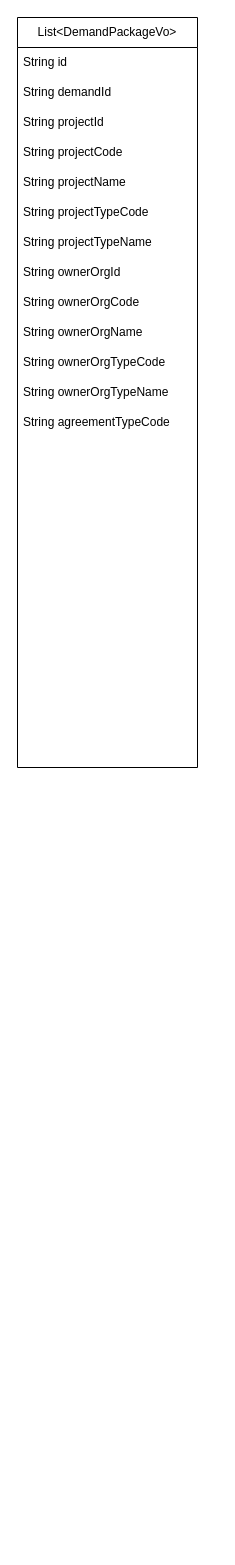
The draw.io diagram data_detail.drawio in dernight1/draw.io, before the edit. Source tidied: cells renumbered, new cells numbered last; positions are measured from the earlier drawing's top-left corner, leaving out a move shared by most shapes. Both pictures are drawn from the tidied source at 100%, with x=0, y=0 at pixel (17, 17).
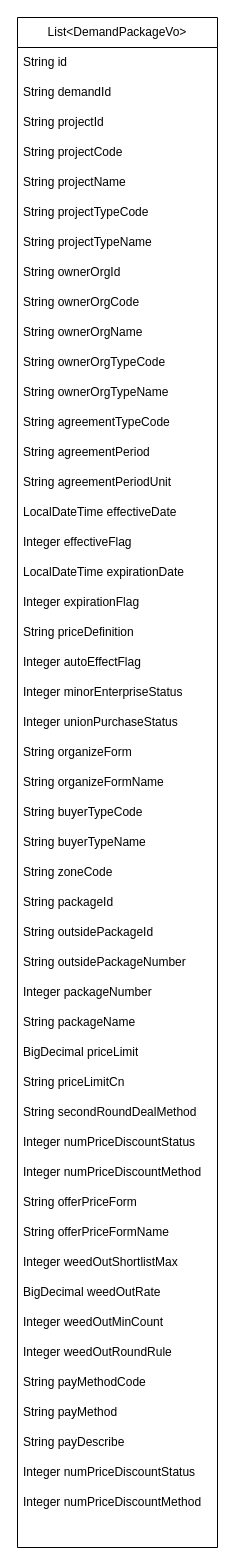
The same diagram, later.

The edit, as a diff of the source:
```diff
@@
     <mxCell id="2" value="List&amp;lt;DemandPackageVo&amp;gt;" style="swimlane;fontStyle=0;horizontal=1;startSize=30;whiteSpace=wrap;html=1;" parent="1" vertex="1">
-      <mxGeometry width="180" height="750" as="geometry" />
+      <mxGeometry width="200" height="1530" as="geometry" />
     </mxCell>
-    <mxCell id="3" value="String id" style="text;strokeColor=none;fillColor=none;align=left;verticalAlign=middle;spacingLeft=4;spacingRight=4;overflow=hidden;whiteSpace=wrap;html=1;" parent="2" vertex="1">
-      <mxGeometry y="30" width="180" height="30" as="geometry" />
+    <mxCell id="3" value="String id" style="text;strokeColor=none;fillColor=none;align=left;verticalAlign=middle;spacingLeft=4;spacingRight=4;overflow=hidden;whiteSpace=wrap;html=1;labelBackgroundColor=default;fontFamily=Helvetica;" parent="2" vertex="1">
+      <mxGeometry y="30" width="200" height="30" as="geometry" />
     </mxCell>
-    <mxCell id="4" value="String demandId" style="text;strokeColor=none;fillColor=none;align=left;verticalAlign=middle;spacingLeft=4;spacingRight=4;overflow=hidden;whiteSpace=wrap;html=1;" parent="2" vertex="1">
-      <mxGeometry y="60" width="180" height="30" as="geometry" />
+    <mxCell id="4" value="String demandId" style="text;strokeColor=none;fillColor=none;align=left;verticalAlign=middle;spacingLeft=4;spacingRight=4;overflow=hidden;whiteSpace=wrap;html=1;labelBackgroundColor=default;textShadow=0;" parent="2" vertex="1">
+      <mxGeometry y="60" width="200" height="30" as="geometry" />
     </mxCell>
-    <mxCell id="5" value="String projectId" style="text;strokeColor=none;fillColor=none;align=left;verticalAlign=middle;spacingLeft=4;spacingRight=4;overflow=hidden;whiteSpace=wrap;html=1;" parent="2" vertex="1">
-      <mxGeometry y="90" width="180" height="30" as="geometry" />
+    <mxCell id="5" value="String projectId" style="text;strokeColor=none;fillColor=none;align=left;verticalAlign=middle;spacingLeft=4;spacingRight=4;overflow=hidden;whiteSpace=wrap;html=1;labelBackgroundColor=default;" parent="2" vertex="1">
+      <mxGeometry y="90" width="200" height="30" as="geometry" />
     </mxCell>
-    <mxCell id="6" value="String projectCode" style="text;strokeColor=none;fillColor=none;align=left;verticalAlign=middle;spacingLeft=4;spacingRight=4;overflow=hidden;whiteSpace=wrap;html=1;" parent="2" vertex="1">
-      <mxGeometry y="120" width="180" height="30" as="geometry" />
+    <mxCell id="6" value="String projectCode" style="text;strokeColor=none;fillColor=none;align=left;verticalAlign=middle;spacingLeft=4;spacingRight=4;overflow=hidden;whiteSpace=wrap;html=1;labelBackgroundColor=default;" parent="2" vertex="1">
+      <mxGeometry y="120" width="200" height="30" as="geometry" />
     </mxCell>
-    <mxCell id="7" value="String projectName" style="text;strokeColor=none;fillColor=none;align=left;verticalAlign=middle;spacingLeft=4;spacingRight=4;overflow=hidden;whiteSpace=wrap;html=1;" parent="2" vertex="1">
-      <mxGeometry y="150" width="180" height="30" as="geometry" />
+    <mxCell id="7" value="String projectName" style="text;strokeColor=none;fillColor=none;align=left;verticalAlign=middle;spacingLeft=4;spacingRight=4;overflow=hidden;whiteSpace=wrap;html=1;labelBackgroundColor=default;" parent="2" vertex="1">
+      <mxGeometry y="150" width="200" height="30" as="geometry" />
     </mxCell>
-    <mxCell id="8" value="String projectTypeCode" style="text;strokeColor=none;fillColor=none;align=left;verticalAlign=middle;spacingLeft=4;spacingRight=4;overflow=hidden;whiteSpace=wrap;html=1;" parent="2" vertex="1">
-      <mxGeometry y="180" width="180" height="30" as="geometry" />
+    <mxCell id="8" value="String projectTypeCode" style="text;strokeColor=none;fillColor=none;align=left;verticalAlign=middle;spacingLeft=4;spacingRight=4;overflow=hidden;whiteSpace=wrap;html=1;labelBackgroundColor=default;" parent="2" vertex="1">
+      <mxGeometry y="180" width="200" height="30" as="geometry" />
     </mxCell>
-    <mxCell id="9" value="String projectTypeName" style="text;strokeColor=none;fillColor=none;align=left;verticalAlign=middle;spacingLeft=4;spacingRight=4;overflow=hidden;whiteSpace=wrap;html=1;" parent="2" vertex="1">
-      <mxGeometry y="210" width="180" height="30" as="geometry" />
+    <mxCell id="9" value="String projectTypeName" style="text;strokeColor=none;fillColor=none;align=left;verticalAlign=middle;spacingLeft=4;spacingRight=4;overflow=hidden;whiteSpace=wrap;html=1;labelBackgroundColor=default;" parent="2" vertex="1">
+      <mxGeometry y="210" width="200" height="30" as="geometry" />
     </mxCell>
-    <mxCell id="10" value="String ownerOrgId" style="text;strokeColor=none;fillColor=none;align=left;verticalAlign=middle;spacingLeft=4;spacingRight=4;overflow=hidden;whiteSpace=wrap;html=1;" parent="2" vertex="1">
-      <mxGeometry y="240" width="180" height="30" as="geometry" />
+    <mxCell id="10" value="String ownerOrgId" style="text;strokeColor=none;fillColor=none;align=left;verticalAlign=middle;spacingLeft=4;spacingRight=4;overflow=hidden;whiteSpace=wrap;html=1;labelBackgroundColor=default;" parent="2" vertex="1">
+      <mxGeometry y="240" width="200" height="30" as="geometry" />
     </mxCell>
-    <mxCell id="11" value="String ownerOrgCode" style="text;strokeColor=none;fillColor=none;align=left;verticalAlign=middle;spacingLeft=4;spacingRight=4;overflow=hidden;whiteSpace=wrap;html=1;" parent="2" vertex="1">
-      <mxGeometry y="270" width="180" height="30" as="geometry" />
+    <mxCell id="11" value="String ownerOrgCode" style="text;strokeColor=none;fillColor=none;align=left;verticalAlign=middle;spacingLeft=4;spacingRight=4;overflow=hidden;whiteSpace=wrap;html=1;labelBackgroundColor=default;" parent="2" vertex="1">
+      <mxGeometry y="270" width="200" height="30" as="geometry" />
     </mxCell>
-    <mxCell id="12" value="String ownerOrgName" style="text;strokeColor=none;fillColor=none;align=left;verticalAlign=middle;spacingLeft=4;spacingRight=4;overflow=hidden;whiteSpace=wrap;html=1;" parent="2" vertex="1">
-      <mxGeometry y="300" width="180" height="30" as="geometry" />
+    <mxCell id="12" value="String ownerOrgName" style="text;strokeColor=none;fillColor=none;align=left;verticalAlign=middle;spacingLeft=4;spacingRight=4;overflow=hidden;whiteSpace=wrap;html=1;labelBackgroundColor=default;" parent="2" vertex="1">
+      <mxGeometry y="300" width="200" height="30" as="geometry" />
     </mxCell>
-    <mxCell id="13" value="String ownerOrgTypeCode" style="text;strokeColor=none;fillColor=none;align=left;verticalAlign=middle;spacingLeft=4;spacingRight=4;overflow=hidden;whiteSpace=wrap;html=1;" parent="2" vertex="1">
-      <mxGeometry y="330" width="180" height="30" as="geometry" />
+    <mxCell id="13" value="String ownerOrgTypeCode" style="text;strokeColor=none;fillColor=none;align=left;verticalAlign=middle;spacingLeft=4;spacingRight=4;overflow=hidden;whiteSpace=wrap;html=1;labelBackgroundColor=default;" parent="2" vertex="1">
+      <mxGeometry y="330" width="200" height="30" as="geometry" />
     </mxCell>
-    <mxCell id="14" value="String ownerOrgTypeName" style="text;strokeColor=none;fillColor=none;align=left;verticalAlign=middle;spacingLeft=4;spacingRight=4;overflow=hidden;whiteSpace=wrap;html=1;" parent="2" vertex="1">
-      <mxGeometry y="360" width="180" height="30" as="geometry" />
+    <mxCell id="14" value="String ownerOrgTypeName" style="text;strokeColor=none;fillColor=none;align=left;verticalAlign=middle;spacingLeft=4;spacingRight=4;overflow=hidden;whiteSpace=wrap;html=1;labelBackgroundColor=default;" parent="2" vertex="1">
+      <mxGeometry y="360" width="200" height="30" as="geometry" />
     </mxCell>
-    <mxCell id="15" value="String agreementTypeCode" style="text;strokeColor=none;fillColor=none;align=left;verticalAlign=middle;spacingLeft=4;spacingRight=4;overflow=hidden;whiteSpace=wrap;html=1;" parent="2" vertex="1">
-      <mxGeometry y="390" width="180" height="30" as="geometry" />
+    <mxCell id="15" value="String agreementTypeCode" style="text;strokeColor=none;fillColor=none;align=left;verticalAlign=middle;spacingLeft=4;spacingRight=4;overflow=hidden;whiteSpace=wrap;html=1;labelBackgroundColor=default;" parent="2" vertex="1">
+      <mxGeometry y="390" width="200" height="30" as="geometry" />
     </mxCell>
-    <mxCell id="16" style="text;strokeColor=none;fillColor=none;align=left;verticalAlign=middle;spacingLeft=4;spacingRight=4;overflow=hidden;whiteSpace=wrap;html=1;" parent="2" vertex="1">
-      <mxGeometry y="420" width="180" height="30" as="geometry" />
+    <mxCell id="16" value="String agreementPeriod" style="text;strokeColor=none;fillColor=none;align=left;verticalAlign=middle;spacingLeft=4;spacingRight=4;overflow=hidden;whiteSpace=wrap;html=1;labelBackgroundColor=default;" parent="2" vertex="1">
+      <mxGeometry y="420" width="200" height="30" as="geometry" />
     </mxCell>
-    <mxCell id="17" style="text;strokeColor=none;fillColor=none;align=left;verticalAlign=middle;spacingLeft=4;spacingRight=4;overflow=hidden;whiteSpace=wrap;html=1;" parent="2" vertex="1">
-      <mxGeometry y="450" width="180" height="30" as="geometry" />
+    <mxCell id="17" value="String agreementPeriodUnit" style="text;strokeColor=none;fillColor=none;align=left;verticalAlign=middle;spacingLeft=4;spacingRight=4;overflow=hidden;whiteSpace=wrap;html=1;labelBackgroundColor=default;" parent="2" vertex="1">
+      <mxGeometry y="450" width="200" height="30" as="geometry" />
     </mxCell>
-    <mxCell id="18" style="text;strokeColor=none;fillColor=none;align=left;verticalAlign=middle;spacingLeft=4;spacingRight=4;overflow=hidden;whiteSpace=wrap;html=1;" parent="2" vertex="1">
-      <mxGeometry y="480" width="180" height="30" as="geometry" />
+    <mxCell id="18" value="LocalDateTime effectiveDate" style="text;strokeColor=none;fillColor=none;align=left;verticalAlign=middle;spacingLeft=4;spacingRight=4;overflow=hidden;whiteSpace=wrap;html=1;labelBackgroundColor=default;" parent="2" vertex="1">
+      <mxGeometry y="480" width="200" height="30" as="geometry" />
     </mxCell>
-    <mxCell id="19" style="text;strokeColor=none;fillColor=none;align=left;verticalAlign=middle;spacingLeft=4;spacingRight=4;overflow=hidden;whiteSpace=wrap;html=1;" parent="2" vertex="1">
-      <mxGeometry y="510" width="180" height="30" as="geometry" />
+    <mxCell id="19" value="Integer effectiveFlag" style="text;strokeColor=none;fillColor=none;align=left;verticalAlign=middle;spacingLeft=4;spacingRight=4;overflow=hidden;whiteSpace=wrap;html=1;labelBackgroundColor=default;" parent="2" vertex="1">
+      <mxGeometry y="510" width="200" height="30" as="geometry" />
     </mxCell>
-    <mxCell id="20" style="text;strokeColor=none;fillColor=none;align=left;verticalAlign=middle;spacingLeft=4;spacingRight=4;overflow=hidden;whiteSpace=wrap;html=1;" parent="2" vertex="1">
-      <mxGeometry y="540" width="180" height="30" as="geometry" />
+    <mxCell id="20" value="LocalDateTime expirationDate" style="text;strokeColor=none;fillColor=none;align=left;verticalAlign=middle;spacingLeft=4;spacingRight=4;overflow=hidden;whiteSpace=wrap;html=1;labelBackgroundColor=default;" parent="2" vertex="1">
+      <mxGeometry y="540" width="200" height="30" as="geometry" />
     </mxCell>
-    <mxCell id="21" style="text;strokeColor=none;fillColor=none;align=left;verticalAlign=middle;spacingLeft=4;spacingRight=4;overflow=hidden;whiteSpace=wrap;html=1;" parent="2" vertex="1">
-      <mxGeometry y="570" width="180" height="30" as="geometry" />
+    <mxCell id="21" value="Integer expirationFlag" style="text;strokeColor=none;fillColor=none;align=left;verticalAlign=middle;spacingLeft=4;spacingRight=4;overflow=hidden;whiteSpace=wrap;html=1;labelBackgroundColor=default;" parent="2" vertex="1">
+      <mxGeometry y="570" width="200" height="30" as="geometry" />
     </mxCell>
-    <mxCell id="22" style="text;strokeColor=none;fillColor=none;align=left;verticalAlign=middle;spacingLeft=4;spacingRight=4;overflow=hidden;whiteSpace=wrap;html=1;" parent="2" vertex="1">
-      <mxGeometry y="600" width="180" height="30" as="geometry" />
-    </mxCell>
-    <mxCell id="23" style="text;strokeColor=none;fillColor=none;align=left;verticalAlign=middle;spacingLeft=4;spacingRight=4;overflow=hidden;whiteSpace=wrap;html=1;" parent="2" vertex="1">
-      <mxGeometry y="630" width="180" height="30" as="geometry" />
+    <mxCell id="23" value="String priceDefinition" style="text;strokeColor=none;fillColor=none;align=left;verticalAlign=middle;spacingLeft=4;spacingRight=4;overflow=hidden;whiteSpace=wrap;html=1;labelBackgroundColor=default;" parent="2" vertex="1">
+      <mxGeometry y="600" width="200" height="30" as="geometry" />
     </mxCell>
-    <mxCell id="24" style="text;strokeColor=none;fillColor=none;align=left;verticalAlign=middle;spacingLeft=4;spacingRight=4;overflow=hidden;whiteSpace=wrap;html=1;" parent="2" vertex="1">
-      <mxGeometry y="660" width="180" height="30" as="geometry" />
+    <mxCell id="24" value="Integer autoEffectFlag" style="text;strokeColor=none;fillColor=none;align=left;verticalAlign=middle;spacingLeft=4;spacingRight=4;overflow=hidden;whiteSpace=wrap;html=1;labelBackgroundColor=default;" parent="2" vertex="1">
+      <mxGeometry y="630" width="200" height="30" as="geometry" />
     </mxCell>
-    <mxCell id="25" style="text;strokeColor=none;fillColor=none;align=left;verticalAlign=middle;spacingLeft=4;spacingRight=4;overflow=hidden;whiteSpace=wrap;html=1;" parent="2" vertex="1">
-      <mxGeometry y="690" width="180" height="30" as="geometry" />
+    <mxCell id="25" value="Integer minorEnterpriseStatus" style="text;strokeColor=none;fillColor=none;align=left;verticalAlign=middle;spacingLeft=4;spacingRight=4;overflow=hidden;whiteSpace=wrap;html=1;labelBackgroundColor=default;" parent="2" vertex="1">
+      <mxGeometry y="660" width="200" height="30" as="geometry" />
     </mxCell>
-    <mxCell id="26" style="text;strokeColor=none;fillColor=none;align=left;verticalAlign=middle;spacingLeft=4;spacingRight=4;overflow=hidden;whiteSpace=wrap;html=1;" parent="2" vertex="1">
-      <mxGeometry y="720" width="180" height="30" as="geometry" />
+    <mxCell id="26" value="Integer unionPurchaseStatus" style="text;strokeColor=none;fillColor=none;align=left;verticalAlign=middle;spacingLeft=4;spacingRight=4;overflow=hidden;whiteSpace=wrap;html=1;labelBackgroundColor=default;" parent="2" vertex="1">
+      <mxGeometry y="690" width="200" height="30" as="geometry" />
     </mxCell>
+    <mxCell id="27" value="String organizeForm" style="text;strokeColor=none;fillColor=none;align=left;verticalAlign=middle;spacingLeft=4;spacingRight=4;overflow=hidden;whiteSpace=wrap;html=1;" parent="2" vertex="1">
+      <mxGeometry y="720" width="200" height="30" as="geometry" />
+    </mxCell>
+    <mxCell id="28" value="String organizeFormName" style="text;strokeColor=none;fillColor=none;align=left;verticalAlign=middle;spacingLeft=4;spacingRight=4;overflow=hidden;whiteSpace=wrap;html=1;" parent="2" vertex="1">
+      <mxGeometry y="750" width="200" height="30" as="geometry" />
+    </mxCell>
+    <mxCell id="29" value="String buyerTypeCode" style="text;strokeColor=none;fillColor=none;align=left;verticalAlign=middle;spacingLeft=4;spacingRight=4;overflow=hidden;whiteSpace=wrap;html=1;labelBackgroundColor=default;" parent="2" vertex="1">
+      <mxGeometry y="780" width="200" height="30" as="geometry" />
+    </mxCell>
+    <mxCell id="30" value="String buyerTypeName" style="text;strokeColor=none;fillColor=none;align=left;verticalAlign=middle;spacingLeft=4;spacingRight=4;overflow=hidden;whiteSpace=wrap;html=1;labelBackgroundColor=default;" parent="2" vertex="1">
+      <mxGeometry y="810" width="200" height="30" as="geometry" />
+    </mxCell>
+    <mxCell id="31" value="String zoneCode" style="text;strokeColor=none;fillColor=none;align=left;verticalAlign=middle;spacingLeft=4;spacingRight=4;overflow=hidden;whiteSpace=wrap;html=1;labelBackgroundColor=default;" parent="2" vertex="1">
+      <mxGeometry y="840" width="200" height="30" as="geometry" />
+    </mxCell>
+    <mxCell id="32" value="String packageId" style="text;strokeColor=none;fillColor=none;align=left;verticalAlign=middle;spacingLeft=4;spacingRight=4;overflow=hidden;whiteSpace=wrap;html=1;" parent="2" vertex="1">
+      <mxGeometry y="870" width="200" height="30" as="geometry" />
+    </mxCell>
+    <mxCell id="33" value="String outsidePackageId" style="text;strokeColor=none;fillColor=none;align=left;verticalAlign=middle;spacingLeft=4;spacingRight=4;overflow=hidden;whiteSpace=wrap;html=1;" parent="2" vertex="1">
+      <mxGeometry y="900" width="200" height="30" as="geometry" />
+    </mxCell>
+    <mxCell id="34" value="String outsidePackageNumber" style="text;strokeColor=none;fillColor=none;align=left;verticalAlign=middle;spacingLeft=4;spacingRight=4;overflow=hidden;whiteSpace=wrap;html=1;" parent="2" vertex="1">
+      <mxGeometry y="930" width="200" height="30" as="geometry" />
+    </mxCell>
+    <mxCell id="35" value="Integer packageNumber" style="text;strokeColor=none;fillColor=none;align=left;verticalAlign=middle;spacingLeft=4;spacingRight=4;overflow=hidden;whiteSpace=wrap;html=1;" parent="2" vertex="1">
+      <mxGeometry y="960" width="200" height="30" as="geometry" />
+    </mxCell>
+    <mxCell id="36" value="String packageName" style="text;strokeColor=none;fillColor=none;align=left;verticalAlign=middle;spacingLeft=4;spacingRight=4;overflow=hidden;whiteSpace=wrap;html=1;" parent="2" vertex="1">
+      <mxGeometry y="990" width="200" height="30" as="geometry" />
+    </mxCell>
+    <mxCell id="37" value="BigDecimal priceLimit" style="text;strokeColor=none;fillColor=none;align=left;verticalAlign=middle;spacingLeft=4;spacingRight=4;overflow=hidden;whiteSpace=wrap;html=1;" parent="2" vertex="1">
+      <mxGeometry y="1020" width="200" height="30" as="geometry" />
+    </mxCell>
+    <mxCell id="38" value="String priceLimitCn" style="text;strokeColor=none;fillColor=none;align=left;verticalAlign=middle;spacingLeft=4;spacingRight=4;overflow=hidden;whiteSpace=wrap;html=1;" parent="2" vertex="1">
+      <mxGeometry y="1050" width="200" height="30" as="geometry" />
+    </mxCell>
+    <mxCell id="39" value="String secondRoundDealMethod" style="text;strokeColor=none;fillColor=none;align=left;verticalAlign=middle;spacingLeft=4;spacingRight=4;overflow=hidden;whiteSpace=wrap;html=1;" parent="2" vertex="1">
+      <mxGeometry y="1080" width="200" height="30" as="geometry" />
+    </mxCell>
+    <mxCell id="40" value="Integer numPriceDiscountStatus" style="text;strokeColor=none;fillColor=none;align=left;verticalAlign=middle;spacingLeft=4;spacingRight=4;overflow=hidden;whiteSpace=wrap;html=1;" parent="2" vertex="1">
+      <mxGeometry y="1110" width="200" height="30" as="geometry" />
+    </mxCell>
+    <mxCell id="41" value="Integer numPriceDiscountMethod" style="text;strokeColor=none;fillColor=none;align=left;verticalAlign=middle;spacingLeft=4;spacingRight=4;overflow=hidden;whiteSpace=wrap;html=1;" parent="2" vertex="1">
+      <mxGeometry y="1140" width="200" height="30" as="geometry" />
+    </mxCell>
+    <mxCell id="42" value="String offerPriceForm" style="text;strokeColor=none;fillColor=none;align=left;verticalAlign=middle;spacingLeft=4;spacingRight=4;overflow=hidden;whiteSpace=wrap;html=1;" parent="2" vertex="1">
+      <mxGeometry y="1170" width="200" height="30" as="geometry" />
+    </mxCell>
+    <mxCell id="43" value="String offerPriceFormName" style="text;strokeColor=none;fillColor=none;align=left;verticalAlign=middle;spacingLeft=4;spacingRight=4;overflow=hidden;whiteSpace=wrap;html=1;" parent="2" vertex="1">
+      <mxGeometry y="1200" width="200" height="30" as="geometry" />
+    </mxCell>
+    <mxCell id="44" value="Integer weedOutShortlistMax" style="text;strokeColor=none;fillColor=none;align=left;verticalAlign=middle;spacingLeft=4;spacingRight=4;overflow=hidden;whiteSpace=wrap;html=1;" parent="2" vertex="1">
+      <mxGeometry y="1230" width="200" height="30" as="geometry" />
+    </mxCell>
+    <mxCell id="45" value="BigDecimal weedOutRate" style="text;strokeColor=none;fillColor=none;align=left;verticalAlign=middle;spacingLeft=4;spacingRight=4;overflow=hidden;whiteSpace=wrap;html=1;" parent="2" vertex="1">
+      <mxGeometry y="1260" width="200" height="30" as="geometry" />
+    </mxCell>
+    <mxCell id="46" value="Integer weedOutMinCount" style="text;strokeColor=none;fillColor=none;align=left;verticalAlign=middle;spacingLeft=4;spacingRight=4;overflow=hidden;whiteSpace=wrap;html=1;" parent="2" vertex="1">
+      <mxGeometry y="1290" width="200" height="30" as="geometry" />
+    </mxCell>
+    <mxCell id="47" value="Integer weedOutRoundRule" style="text;strokeColor=none;fillColor=none;align=left;verticalAlign=middle;spacingLeft=4;spacingRight=4;overflow=hidden;whiteSpace=wrap;html=1;" parent="2" vertex="1">
+      <mxGeometry y="1320" width="200" height="30" as="geometry" />
+    </mxCell>
+    <mxCell id="48" value="String payMethodCode" style="text;strokeColor=none;fillColor=none;align=left;verticalAlign=middle;spacingLeft=4;spacingRight=4;overflow=hidden;whiteSpace=wrap;html=1;" parent="2" vertex="1">
+      <mxGeometry y="1350" width="200" height="30" as="geometry" />
+    </mxCell>
+    <mxCell id="49" value="String payMethod" style="text;strokeColor=none;fillColor=none;align=left;verticalAlign=middle;spacingLeft=4;spacingRight=4;overflow=hidden;whiteSpace=wrap;html=1;" parent="2" vertex="1">
+      <mxGeometry y="1380" width="200" height="30" as="geometry" />
+    </mxCell>
+    <mxCell id="50" value="String payDescribe" style="text;strokeColor=none;fillColor=none;align=left;verticalAlign=middle;spacingLeft=4;spacingRight=4;overflow=hidden;whiteSpace=wrap;html=1;" parent="2" vertex="1">
+      <mxGeometry y="1410" width="200" height="30" as="geometry" />
+    </mxCell>
+    <mxCell id="51" value="Integer numPriceDiscountStatus" style="text;strokeColor=none;fillColor=none;align=left;verticalAlign=middle;spacingLeft=4;spacingRight=4;overflow=hidden;whiteSpace=wrap;html=1;" parent="2" vertex="1">
+      <mxGeometry y="1440" width="200" height="30" as="geometry" />
+    </mxCell>
+    <mxCell id="52" value="Integer numPriceDiscountMethod" style="text;strokeColor=none;fillColor=none;align=left;verticalAlign=middle;spacingLeft=4;spacingRight=4;overflow=hidden;whiteSpace=wrap;html=1;" parent="2" vertex="1">
+      <mxGeometry y="1470" width="200" height="30" as="geometry" />
+    </mxCell>
+    <mxCell id="53" style="text;strokeColor=none;fillColor=none;align=left;verticalAlign=middle;spacingLeft=4;spacingRight=4;overflow=hidden;whiteSpace=wrap;html=1;" parent="2" vertex="1">
+      <mxGeometry y="1500" width="200" height="30" as="geometry" />
+    </mxCell>
```
